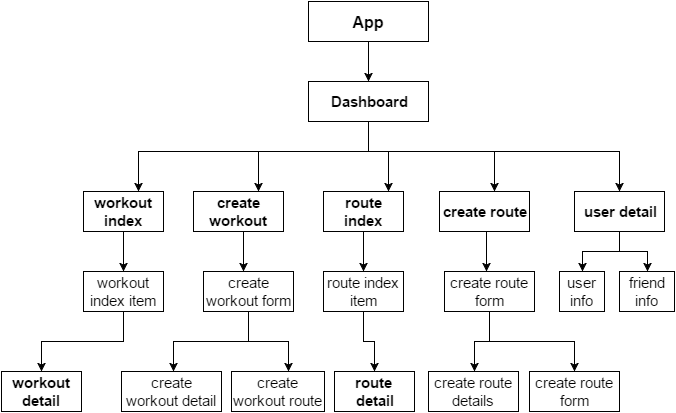
Before: docs/component_hierarchy.png, a diagram exported from draw.io (emwads/RunThisPlace). Source tidied: cells renumbered, new cells last; positions are measured from the earlier drawing's top-left corner, leaving out a move shared by most shapes. The source it was exported from:
```xml
<mxGraphModel background="#ffffff">
  <root>
    <mxCell id="0" />
    <mxCell id="1" parent="0" />
    <mxCell id="2" style="edgeStyle=orthogonalEdgeStyle;rounded=0;html=1;jettySize=auto;fontSize=15;fontColor=#0D0D0D;" parent="1" edge="1" source="3" target="8">
      <mxGeometry relative="1" as="geometry">
        <Array as="points">
          <mxPoint x="367" y="30" />
          <mxPoint x="367" y="30" />
        </Array>
      </mxGeometry>
    </mxCell>
    <mxCell id="3" value="App" style="whiteSpace=wrap;html=1;rounded=0;shadow=0;glass=0;comic=0;fontSize=16;fontStyle=1;" parent="1" vertex="1">
      <mxGeometry x="307" width="120" height="40" as="geometry" />
    </mxCell>
    <mxCell id="4" style="edgeStyle=orthogonalEdgeStyle;rounded=0;html=1;jettySize=auto;fontSize=16;fontColor=#0D0D0D;" parent="1" edge="1" source="8" target="32">
      <mxGeometry relative="1" as="geometry">
        <Array as="points">
          <mxPoint x="367" y="150" />
          <mxPoint x="137" y="150" />
        </Array>
      </mxGeometry>
    </mxCell>
    <mxCell id="5" style="edgeStyle=orthogonalEdgeStyle;rounded=0;html=1;jettySize=auto;fontSize=16;fontColor=#0D0D0D;" parent="1" edge="1" source="8" target="27">
      <mxGeometry relative="1" as="geometry">
        <Array as="points">
          <mxPoint x="367" y="150" />
          <mxPoint x="387" y="150" />
        </Array>
      </mxGeometry>
    </mxCell>
    <mxCell id="6" style="edgeStyle=orthogonalEdgeStyle;rounded=0;html=1;jettySize=auto;fontSize=16;fontColor=#0D0D0D;" parent="1" edge="1" source="8" target="20">
      <mxGeometry relative="1" as="geometry">
        <Array as="points">
          <mxPoint x="367" y="150" />
          <mxPoint x="493" y="150" />
        </Array>
      </mxGeometry>
    </mxCell>
    <mxCell id="7" style="edgeStyle=orthogonalEdgeStyle;rounded=0;html=1;jettySize=auto;fontSize=16;fontColor=#0D0D0D;" parent="1" edge="1" source="8" target="13">
      <mxGeometry relative="1" as="geometry">
        <Array as="points">
          <mxPoint x="367" y="150" />
          <mxPoint x="257" y="150" />
        </Array>
      </mxGeometry>
    </mxCell>
    <mxCell id="8" value="&lt;b&gt;Dashboard&lt;/b&gt;" style="whiteSpace=wrap;html=1;rounded=0;shadow=0;glass=0;comic=0;fontSize=15;" parent="1" vertex="1">
      <mxGeometry x="307" y="80" width="120" height="40" as="geometry" />
    </mxCell>
    <mxCell id="9" value="&lt;b&gt;user detail&lt;/b&gt;" style="whiteSpace=wrap;html=1;rounded=0;shadow=0;glass=0;comic=0;fontSize=15;" parent="1" vertex="1">
      <mxGeometry x="573" y="190" width="90" height="40" as="geometry" />
    </mxCell>
    <mxCell id="10" style="edgeStyle=orthogonalEdgeStyle;rounded=0;html=1;jettySize=auto;fontSize=16;fontColor=#0D0D0D;" parent="1" edge="1" source="13" target="16">
      <mxGeometry relative="1" as="geometry">
        <Array as="points">
          <mxPoint x="242" y="260" />
          <mxPoint x="242" y="260" />
        </Array>
      </mxGeometry>
    </mxCell>
    <mxCell id="11" value="user info" style="whiteSpace=wrap;html=1;rounded=0;shadow=0;glass=0;comic=0;fontSize=15;" parent="1" vertex="1">
      <mxGeometry x="558" y="270" width="45" height="40" as="geometry" />
    </mxCell>
    <mxCell id="12" value="friend info" style="whiteSpace=wrap;html=1;rounded=0;shadow=0;glass=0;comic=0;fontSize=15;" parent="1" vertex="1">
      <mxGeometry x="618" y="270" width="55" height="40" as="geometry" />
    </mxCell>
    <mxCell id="13" value="&lt;b&gt;create workout&lt;/b&gt;" style="whiteSpace=wrap;html=1;rounded=0;shadow=0;glass=0;comic=0;fontSize=15;" parent="1" vertex="1">
      <mxGeometry x="192" y="190" width="90" height="40" as="geometry" />
    </mxCell>
    <mxCell id="14" style="edgeStyle=orthogonalEdgeStyle;rounded=0;html=1;jettySize=auto;fontSize=16;fontColor=#0D0D0D;" parent="1" edge="1" source="16" target="18">
      <mxGeometry relative="1" as="geometry">
        <Array as="points">
          <mxPoint x="247" y="340" />
          <mxPoint x="172" y="340" />
        </Array>
      </mxGeometry>
    </mxCell>
    <mxCell id="15" style="edgeStyle=orthogonalEdgeStyle;rounded=0;html=1;jettySize=auto;fontSize=16;fontColor=#0D0D0D;" parent="1" edge="1" source="16" target="17">
      <mxGeometry relative="1" as="geometry">
        <Array as="points">
          <mxPoint x="247" y="340" />
          <mxPoint x="287" y="340" />
        </Array>
      </mxGeometry>
    </mxCell>
    <mxCell id="16" value="create workout form" style="whiteSpace=wrap;html=1;rounded=0;shadow=0;glass=0;comic=0;fontSize=15;" parent="1" vertex="1">
      <mxGeometry x="202" y="270" width="90" height="40" as="geometry" />
    </mxCell>
    <mxCell id="17" value="create workout route" style="whiteSpace=wrap;html=1;rounded=0;shadow=0;glass=0;comic=0;fontSize=15;" parent="1" vertex="1">
      <mxGeometry x="230" y="370" width="93" height="40" as="geometry" />
    </mxCell>
    <mxCell id="18" value="create workout detail" style="whiteSpace=wrap;html=1;rounded=0;shadow=0;glass=0;comic=0;fontSize=15;" parent="1" vertex="1">
      <mxGeometry x="120" y="370" width="100" height="40" as="geometry" />
    </mxCell>
    <mxCell id="19" style="edgeStyle=orthogonalEdgeStyle;rounded=0;html=1;jettySize=auto;fontSize=16;fontColor=#0D0D0D;" parent="1" edge="1" target="23">
      <mxGeometry relative="1" as="geometry">
        <mxPoint x="485" y="230" as="sourcePoint" />
        <Array as="points">
          <mxPoint x="485" y="250" />
          <mxPoint x="485" y="250" />
        </Array>
      </mxGeometry>
    </mxCell>
    <mxCell id="20" value="&lt;b&gt;create route&lt;/b&gt;" style="whiteSpace=wrap;html=1;rounded=0;shadow=0;glass=0;comic=0;fontSize=15;" parent="1" vertex="1">
      <mxGeometry x="438" y="190" width="90" height="40" as="geometry" />
    </mxCell>
    <mxCell id="21" style="edgeStyle=orthogonalEdgeStyle;rounded=0;html=1;jettySize=auto;fontSize=16;fontColor=#0D0D0D;" parent="1" edge="1" source="23" target="25">
      <mxGeometry relative="1" as="geometry">
        <Array as="points">
          <mxPoint x="488" y="340" />
          <mxPoint x="473" y="340" />
        </Array>
      </mxGeometry>
    </mxCell>
    <mxCell id="22" style="edgeStyle=orthogonalEdgeStyle;rounded=0;html=1;jettySize=auto;fontSize=16;fontColor=#0D0D0D;entryX=0.5;entryY=0;" parent="1" edge="1" source="23" target="24">
      <mxGeometry relative="1" as="geometry">
        <Array as="points">
          <mxPoint x="488" y="340" />
          <mxPoint x="573" y="340" />
        </Array>
      </mxGeometry>
    </mxCell>
    <mxCell id="23" value="create route form" style="whiteSpace=wrap;html=1;rounded=0;shadow=0;glass=0;comic=0;fontSize=15;" parent="1" vertex="1">
      <mxGeometry x="443" y="270" width="90" height="40" as="geometry" />
    </mxCell>
    <mxCell id="24" value="create route form" style="whiteSpace=wrap;html=1;rounded=0;shadow=0;glass=0;comic=0;fontSize=15;" parent="1" vertex="1">
      <mxGeometry x="528" y="370" width="90" height="40" as="geometry" />
    </mxCell>
    <mxCell id="25" value="create route details" style="whiteSpace=wrap;html=1;rounded=0;shadow=0;glass=0;comic=0;fontSize=15;" parent="1" vertex="1">
      <mxGeometry x="427" y="370" width="90" height="40" as="geometry" />
    </mxCell>
    <mxCell id="26" style="edgeStyle=orthogonalEdgeStyle;rounded=0;html=1;jettySize=auto;fontSize=16;fontColor=#0D0D0D;" parent="1" edge="1" source="27" target="29">
      <mxGeometry relative="1" as="geometry">
        <Array as="points">
          <mxPoint x="362" y="240" />
          <mxPoint x="362" y="240" />
        </Array>
      </mxGeometry>
    </mxCell>
    <mxCell id="27" value="route index" style="whiteSpace=wrap;html=1;rounded=0;shadow=0;glass=0;comic=0;fontSize=15;fontStyle=1;" parent="1" vertex="1">
      <mxGeometry x="322" y="190" width="80" height="40" as="geometry" />
    </mxCell>
    <mxCell id="28" style="edgeStyle=orthogonalEdgeStyle;rounded=0;html=1;jettySize=auto;fontSize=16;fontColor=#0D0D0D;" parent="1" edge="1" source="29" target="30">
      <mxGeometry relative="1" as="geometry" />
    </mxCell>
    <mxCell id="29" value="route index item" style="whiteSpace=wrap;html=1;rounded=0;shadow=0;glass=0;comic=0;fontSize=15;" parent="1" vertex="1">
      <mxGeometry x="322" y="270" width="80" height="40" as="geometry" />
    </mxCell>
    <mxCell id="30" value="route&amp;nbsp;&lt;div&gt;&lt;span style=&quot;line-height: 1.2&quot;&gt;detail&lt;/span&gt;&lt;/div&gt;" style="whiteSpace=wrap;html=1;rounded=0;shadow=0;glass=0;comic=0;fontSize=15;fontStyle=1;" parent="1" vertex="1">
      <mxGeometry x="333" y="370" width="80" height="40" as="geometry" />
    </mxCell>
    <mxCell id="31" style="edgeStyle=orthogonalEdgeStyle;rounded=0;html=1;jettySize=auto;fontSize=16;fontColor=#0D0D0D;" parent="1" edge="1" source="32" target="34">
      <mxGeometry relative="1" as="geometry" />
    </mxCell>
    <mxCell id="32" value="workout index" style="whiteSpace=wrap;html=1;rounded=0;shadow=0;glass=0;comic=0;fontSize=15;fontStyle=1;" parent="1" vertex="1">
      <mxGeometry x="82" y="190" width="80" height="40" as="geometry" />
    </mxCell>
    <mxCell id="33" style="edgeStyle=orthogonalEdgeStyle;rounded=0;html=1;jettySize=auto;fontSize=16;fontColor=#0D0D0D;" parent="1" edge="1" source="34" target="35">
      <mxGeometry relative="1" as="geometry">
        <Array as="points">
          <mxPoint x="122" y="340" />
          <mxPoint x="40" y="340" />
        </Array>
      </mxGeometry>
    </mxCell>
    <mxCell id="34" value="workout index item" style="whiteSpace=wrap;html=1;rounded=0;shadow=0;glass=0;comic=0;fontSize=15;" parent="1" vertex="1">
      <mxGeometry x="82" y="270" width="80" height="40" as="geometry" />
    </mxCell>
    <mxCell id="35" value="workout detail" style="whiteSpace=wrap;html=1;rounded=0;shadow=0;glass=0;comic=0;fontSize=15;fontStyle=1;" parent="1" vertex="1">
      <mxGeometry y="370" width="80" height="40" as="geometry" />
    </mxCell>
    <mxCell id="36" style="edgeStyle=orthogonalEdgeStyle;rounded=0;html=1;jettySize=auto;fontSize=16;fontColor=#0D0D0D;" parent="1" edge="1" source="8" target="9">
      <mxGeometry relative="1" as="geometry">
        <Array as="points">
          <mxPoint x="367" y="150" />
          <mxPoint x="618" y="150" />
        </Array>
      </mxGeometry>
    </mxCell>
    <mxCell id="37" style="edgeStyle=orthogonalEdgeStyle;rounded=0;html=1;jettySize=auto;fontSize=16;fontColor=#0D0D0D;" parent="1" edge="1" source="9" target="11">
      <mxGeometry relative="1" as="geometry" />
    </mxCell>
    <mxCell id="38" style="edgeStyle=orthogonalEdgeStyle;rounded=0;html=1;jettySize=auto;fontSize=16;fontColor=#0D0D0D;" parent="1" edge="1" source="9" target="12">
      <mxGeometry relative="1" as="geometry" />
    </mxCell>
  </root>
</mxGraphModel>
```
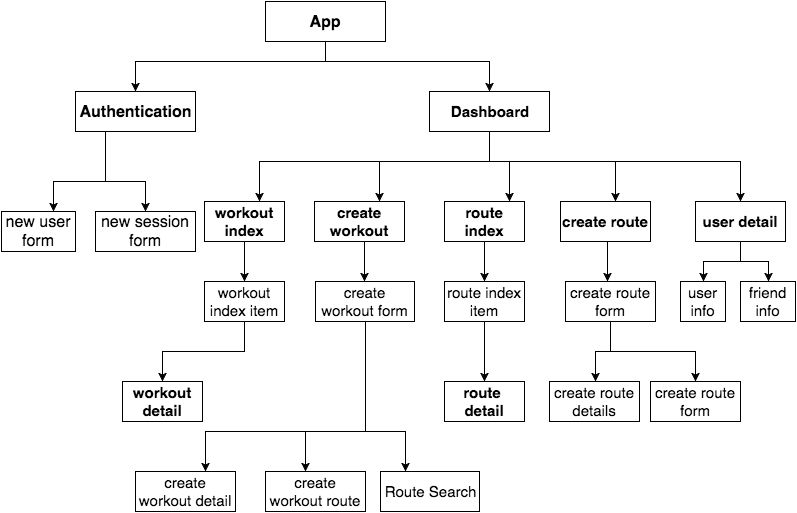
The same diagram one commit later.

The edit, as a diff of the source:
```diff
@@ -5,14 +5,47 @@
     <mxCell id="2" style="edgeStyle=orthogonalEdgeStyle;rounded=0;html=1;jettySize=auto;fontSize=15;fontColor=#0D0D0D;" parent="1" edge="1" source="3" target="8">
       <mxGeometry relative="1" as="geometry">
         <Array as="points">
-          <mxPoint x="367" y="30" />
-          <mxPoint x="367" y="30" />
+          <mxPoint x="203" y="50" />
+          <mxPoint x="367" y="50" />
         </Array>
       </mxGeometry>
     </mxCell>
+    <mxCell id="39" style="edgeStyle=orthogonalEdgeStyle;rounded=0;html=1;jettySize=auto;" parent="1" edge="1" source="3" target="42">
+      <mxGeometry relative="1" as="geometry">
+        <Array as="points">
+          <mxPoint x="203" y="50" />
+          <mxPoint x="13" y="50" />
+        </Array>
+      </mxGeometry>
+    </mxCell>
     <mxCell id="3" value="App" style="whiteSpace=wrap;html=1;rounded=0;shadow=0;glass=0;comic=0;fontSize=16;fontStyle=1;" parent="1" vertex="1">
-      <mxGeometry x="307" width="120" height="40" as="geometry" />
+      <mxGeometry x="143" y="-10" width="120" height="40" as="geometry" />
     </mxCell>
+    <mxCell id="40" style="edgeStyle=orthogonalEdgeStyle;rounded=0;html=1;jettySize=auto;" parent="1" edge="1" source="42" target="44">
+      <mxGeometry relative="1" as="geometry">
+        <Array as="points">
+          <mxPoint x="-17" y="170" />
+          <mxPoint x="-69" y="170" />
+        </Array>
+      </mxGeometry>
+    </mxCell>
+    <mxCell id="41" style="edgeStyle=orthogonalEdgeStyle;rounded=0;html=1;jettySize=auto;" parent="1" edge="1" source="42" target="43">
+      <mxGeometry relative="1" as="geometry">
+        <Array as="points">
+          <mxPoint x="-17" y="170" />
+          <mxPoint x="23" y="170" />
+        </Array>
+      </mxGeometry>
+    </mxCell>
+    <mxCell id="42" value="Authentication" style="whiteSpace=wrap;html=1;rounded=0;shadow=0;glass=0;comic=0;fontSize=16;fontStyle=1;" parent="1" vertex="1">
+      <mxGeometry x="-47" y="80" width="120" height="40" as="geometry" />
+    </mxCell>
+    <mxCell id="43" value="&lt;span style=&quot;font-weight: normal&quot;&gt;new session form&lt;/span&gt;" style="whiteSpace=wrap;html=1;rounded=0;shadow=0;glass=0;comic=0;fontSize=16;fontStyle=1;" parent="1" vertex="1">
+      <mxGeometry x="-27" y="200" width="100" height="40" as="geometry" />
+    </mxCell>
+    <mxCell id="44" value="new user form" style="whiteSpace=wrap;html=1;rounded=0;shadow=0;glass=0;comic=0;fontSize=16;fontStyle=0;" parent="1" vertex="1">
+      <mxGeometry x="-121" y="200" width="74" height="40" as="geometry" />
+    </mxCell>
     <mxCell id="4" style="edgeStyle=orthogonalEdgeStyle;rounded=0;html=1;jettySize=auto;fontSize=16;fontColor=#0D0D0D;" parent="1" edge="1" source="8" target="32">
       <mxGeometry relative="1" as="geometry">
         <Array as="points">
@@ -71,27 +104,38 @@
     <mxCell id="14" style="edgeStyle=orthogonalEdgeStyle;rounded=0;html=1;jettySize=auto;fontSize=16;fontColor=#0D0D0D;" parent="1" edge="1" source="16" target="18">
       <mxGeometry relative="1" as="geometry">
         <Array as="points">
-          <mxPoint x="247" y="340" />
-          <mxPoint x="172" y="340" />
+          <mxPoint x="243" y="420" />
+          <mxPoint x="83" y="420" />
         </Array>
       </mxGeometry>
     </mxCell>
     <mxCell id="15" style="edgeStyle=orthogonalEdgeStyle;rounded=0;html=1;jettySize=auto;fontSize=16;fontColor=#0D0D0D;" parent="1" edge="1" source="16" target="17">
       <mxGeometry relative="1" as="geometry">
         <Array as="points">
-          <mxPoint x="247" y="340" />
-          <mxPoint x="287" y="340" />
+          <mxPoint x="243" y="420" />
+          <mxPoint x="183" y="420" />
         </Array>
       </mxGeometry>
     </mxCell>
+    <mxCell id="45" style="edgeStyle=orthogonalEdgeStyle;rounded=0;html=1;jettySize=auto;" parent="1" edge="1" source="16" target="46">
+      <mxGeometry relative="1" as="geometry">
+        <Array as="points">
+          <mxPoint x="243" y="420" />
+          <mxPoint x="283" y="420" />
+        </Array>
+      </mxGeometry>
+    </mxCell>
     <mxCell id="16" value="create workout form" style="whiteSpace=wrap;html=1;rounded=0;shadow=0;glass=0;comic=0;fontSize=15;" parent="1" vertex="1">
-      <mxGeometry x="202" y="270" width="90" height="40" as="geometry" />
+      <mxGeometry x="193" y="270" width="99" height="40" as="geometry" />
     </mxCell>
+    <mxCell id="46" value="Route Search" style="whiteSpace=wrap;html=1;rounded=0;shadow=0;glass=0;comic=0;fontSize=15;" parent="1" vertex="1">
+      <mxGeometry x="258" y="460" width="99" height="40" as="geometry" />
+    </mxCell>
     <mxCell id="17" value="create workout route" style="whiteSpace=wrap;html=1;rounded=0;shadow=0;glass=0;comic=0;fontSize=15;" parent="1" vertex="1">
-      <mxGeometry x="230" y="370" width="93" height="40" as="geometry" />
+      <mxGeometry x="143" y="460" width="100" height="40" as="geometry" />
     </mxCell>
     <mxCell id="18" value="create workout detail" style="whiteSpace=wrap;html=1;rounded=0;shadow=0;glass=0;comic=0;fontSize=15;" parent="1" vertex="1">
-      <mxGeometry x="120" y="370" width="100" height="40" as="geometry" />
+      <mxGeometry x="13" y="460" width="100" height="40" as="geometry" />
     </mxCell>
     <mxCell id="19" style="edgeStyle=orthogonalEdgeStyle;rounded=0;html=1;jettySize=auto;fontSize=16;fontColor=#0D0D0D;" parent="1" edge="1" target="23">
       <mxGeometry relative="1" as="geometry">
@@ -141,14 +185,11 @@
     <mxCell id="27" value="route index" style="whiteSpace=wrap;html=1;rounded=0;shadow=0;glass=0;comic=0;fontSize=15;fontStyle=1;" parent="1" vertex="1">
       <mxGeometry x="322" y="190" width="80" height="40" as="geometry" />
     </mxCell>
-    <mxCell id="28" style="edgeStyle=orthogonalEdgeStyle;rounded=0;html=1;jettySize=auto;fontSize=16;fontColor=#0D0D0D;" parent="1" edge="1" source="29" target="30">
-      <mxGeometry relative="1" as="geometry" />
-    </mxCell>
     <mxCell id="29" value="route index item" style="whiteSpace=wrap;html=1;rounded=0;shadow=0;glass=0;comic=0;fontSize=15;" parent="1" vertex="1">
       <mxGeometry x="322" y="270" width="80" height="40" as="geometry" />
     </mxCell>
     <mxCell id="30" value="route&amp;nbsp;&lt;div&gt;&lt;span style=&quot;line-height: 1.2&quot;&gt;detail&lt;/span&gt;&lt;/div&gt;" style="whiteSpace=wrap;html=1;rounded=0;shadow=0;glass=0;comic=0;fontSize=15;fontStyle=1;" parent="1" vertex="1">
-      <mxGeometry x="333" y="370" width="80" height="40" as="geometry" />
+      <mxGeometry x="322" y="370" width="80" height="40" as="geometry" />
     </mxCell>
     <mxCell id="31" style="edgeStyle=orthogonalEdgeStyle;rounded=0;html=1;jettySize=auto;fontSize=16;fontColor=#0D0D0D;" parent="1" edge="1" source="32" target="34">
       <mxGeometry relative="1" as="geometry" />
@@ -156,14 +197,6 @@
     <mxCell id="32" value="workout index" style="whiteSpace=wrap;html=1;rounded=0;shadow=0;glass=0;comic=0;fontSize=15;fontStyle=1;" parent="1" vertex="1">
       <mxGeometry x="82" y="190" width="80" height="40" as="geometry" />
     </mxCell>
-    <mxCell id="33" style="edgeStyle=orthogonalEdgeStyle;rounded=0;html=1;jettySize=auto;fontSize=16;fontColor=#0D0D0D;" parent="1" edge="1" source="34" target="35">
-      <mxGeometry relative="1" as="geometry">
-        <Array as="points">
-          <mxPoint x="122" y="340" />
-          <mxPoint x="40" y="340" />
-        </Array>
-      </mxGeometry>
-    </mxCell>
     <mxCell id="34" value="workout index item" style="whiteSpace=wrap;html=1;rounded=0;shadow=0;glass=0;comic=0;fontSize=15;" parent="1" vertex="1">
       <mxGeometry x="82" y="270" width="80" height="40" as="geometry" />
     </mxCell>
@@ -184,5 +217,21 @@
     <mxCell id="38" style="edgeStyle=orthogonalEdgeStyle;rounded=0;html=1;jettySize=auto;fontSize=16;fontColor=#0D0D0D;" parent="1" edge="1" source="9" target="12">
       <mxGeometry relative="1" as="geometry" />
     </mxCell>
+    <mxCell id="33" style="edgeStyle=orthogonalEdgeStyle;rounded=0;html=1;jettySize=auto;fontSize=16;fontColor=#0D0D0D;" parent="1" edge="1" source="34" target="35">
+      <mxGeometry relative="1" as="geometry">
+        <Array as="points">
+          <mxPoint x="122" y="340" />
+          <mxPoint x="40" y="340" />
+        </Array>
+      </mxGeometry>
+    </mxCell>
+    <mxCell id="28" style="edgeStyle=orthogonalEdgeStyle;rounded=0;html=1;jettySize=auto;fontSize=16;fontColor=#0D0D0D;" parent="1" edge="1" source="29" target="30">
+      <mxGeometry relative="1" as="geometry">
+        <Array as="points">
+          <mxPoint x="362" y="350" />
+          <mxPoint x="362" y="350" />
+        </Array>
+      </mxGeometry>
+    </mxCell>
   </root>
 </mxGraphModel>
```
